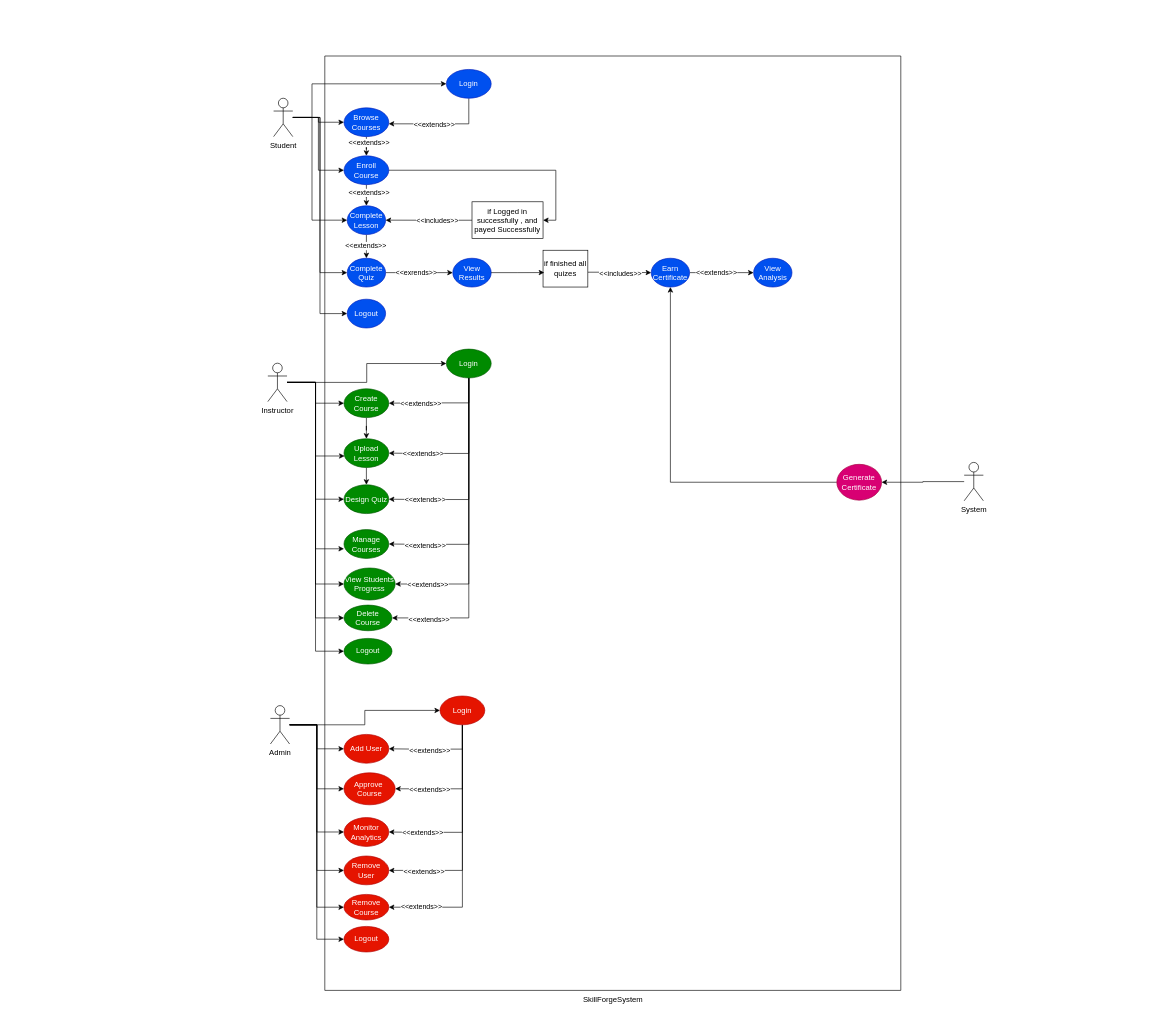
23010477/Lab6_SkillForge keeps this draw.io diagram as UseCase_Diagram/UseCase.drawio. Above is the earlier version. Source tidied: cells renumbered, new cells numbered last; positions are measured from the earlier drawing's top-left corner, leaving out a move shared by most shapes. Both pictures are drawn from the tidied source at 64%, with x=0, y=0 at pixel (268, 56).
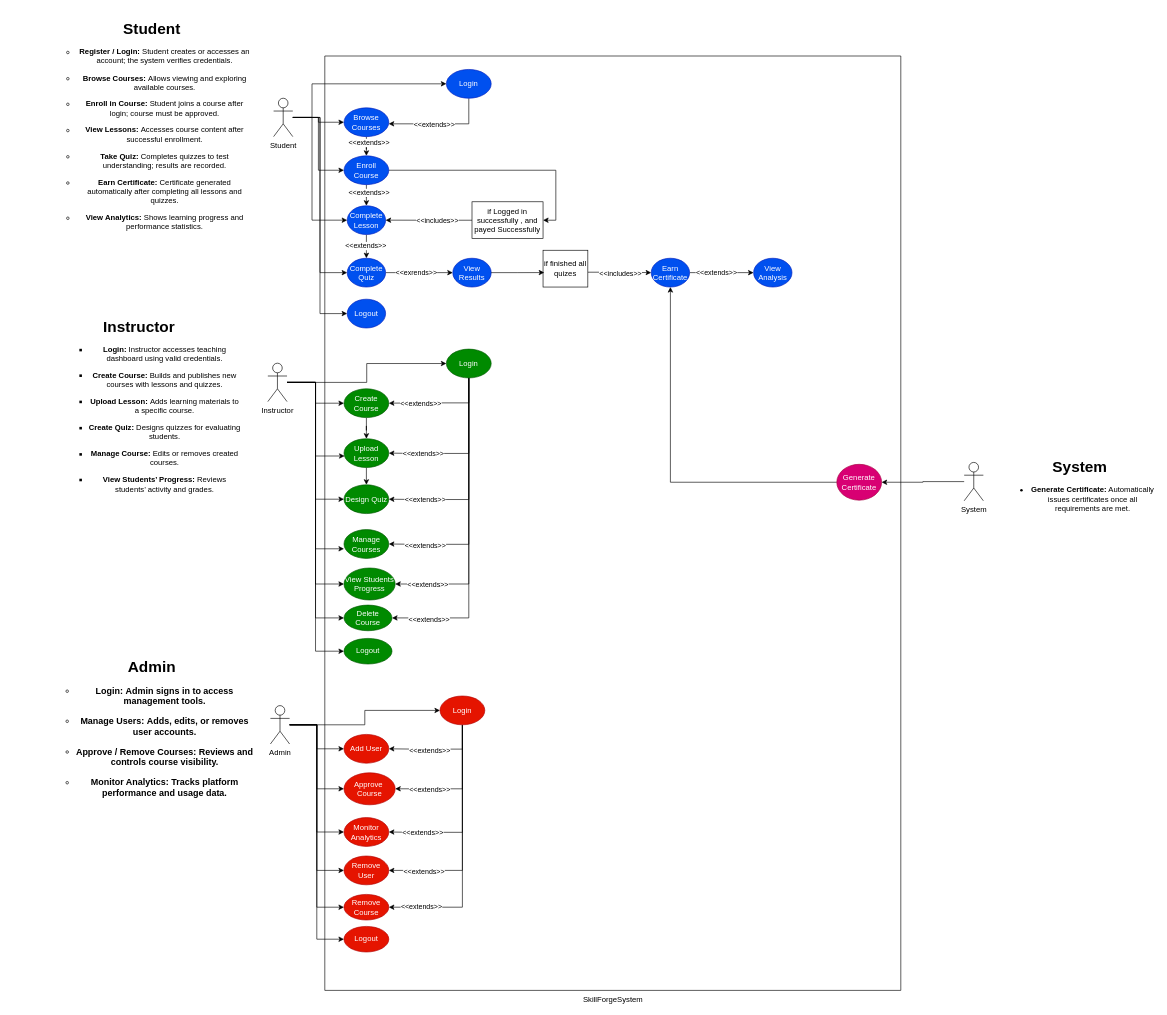
Above is the later version.

Commit message:
adding descriptions to each actor

Change to the diagram source:
```diff
@@
+    <mxCell id="99" value="&lt;ul&gt;&lt;h3&gt;&lt;strong&gt;&lt;font style=&quot;font-size: 24px;&quot;&gt;Admin&lt;/font&gt;&lt;/strong&gt;&lt;/h3&gt;&lt;h3&gt;&lt;ul&gt;&lt;li&gt;&lt;p&gt;&lt;strong&gt;Login:&lt;/strong&gt;&amp;nbsp;Admin signs in to access management tools.&lt;/p&gt;&lt;/li&gt;&lt;li&gt;&lt;p&gt;&lt;strong&gt;Manage Users:&lt;/strong&gt;&amp;nbsp;Adds, edits, or removes user accounts.&lt;/p&gt;&lt;/li&gt;&lt;li&gt;&lt;p&gt;&lt;strong&gt;Approve / Remove Courses:&lt;/strong&gt;&amp;nbsp;Reviews and controls course visibility.&lt;/p&gt;&lt;/li&gt;&lt;li&gt;&lt;p&gt;&lt;strong&gt;Monitor Analytics:&lt;/strong&gt;&amp;nbsp;Tracks platform performance and usage data.&lt;/p&gt;&lt;/li&gt;&lt;/ul&gt;&lt;/h3&gt;&lt;/ul&gt;" style="text;html=1;whiteSpace=wrap;strokeColor=none;fillColor=none;align=center;verticalAlign=middle;rounded=0;" parent="1" vertex="1">
+      <mxGeometry x="-381" y="920" width="360" height="260" as="geometry" />
+    </mxCell>
+    <mxCell id="100" value="&lt;ul&gt;&lt;h3 style=&quot;forced-color-adjust: none; box-shadow: none !important;&quot;&gt;&lt;span style=&quot;forced-color-adjust: none; box-shadow: none !important;&quot;&gt;&lt;font style=&quot;forced-color-adjust: none; box-shadow: none !important; font-size: 24px;&quot;&gt;Instructor&lt;/font&gt;&lt;/span&gt;&lt;/h3&gt;&lt;h3&gt;&lt;ul style=&quot;font-size: 12px; font-weight: 400;&quot;&gt;&lt;ul&gt;&lt;li&gt;&lt;p&gt;&lt;strong&gt;Login:&lt;/strong&gt;&amp;nbsp;Instructor accesses teaching dashboard using valid credentials.&lt;/p&gt;&lt;/li&gt;&lt;li&gt;&lt;p&gt;&lt;strong&gt;Create Course:&lt;/strong&gt;&amp;nbsp;Builds and publishes new courses with lessons and quizzes.&lt;/p&gt;&lt;/li&gt;&lt;li&gt;&lt;p&gt;&lt;strong&gt;Upload Lesson:&lt;/strong&gt;&amp;nbsp;Adds learning materials to a specific course.&lt;/p&gt;&lt;/li&gt;&lt;li&gt;&lt;p&gt;&lt;strong&gt;Create Quiz:&lt;/strong&gt;&amp;nbsp;Designs quizzes for evaluating students.&lt;/p&gt;&lt;/li&gt;&lt;li&gt;&lt;p&gt;&lt;strong&gt;Manage Course:&lt;/strong&gt;&amp;nbsp;Edits or removes created courses.&lt;/p&gt;&lt;/li&gt;&lt;li&gt;&lt;p&gt;&lt;strong&gt;View Students’ Progress:&lt;/strong&gt;&amp;nbsp;Reviews students’ activity and grades.&lt;/p&gt;&lt;/li&gt;&lt;/ul&gt;&lt;/ul&gt;&lt;/h3&gt;&lt;/ul&gt;" style="text;html=1;whiteSpace=wrap;strokeColor=none;fillColor=none;align=center;verticalAlign=middle;rounded=0;" parent="1" vertex="1">
+      <mxGeometry x="-401" y="397.5" width="360" height="297.5" as="geometry" />
+    </mxCell>
+    <mxCell id="101" value="&lt;ul&gt;&lt;h3&gt;&lt;span&gt;&lt;font style=&quot;font-size: 24px;&quot;&gt;Student&lt;/font&gt;&lt;/span&gt;&lt;/h3&gt;&lt;h3&gt;&lt;ul style=&quot;font-size: 12px; font-weight: 400;&quot;&gt;&lt;li&gt;&lt;p&gt;&lt;strong&gt;Register / Login:&lt;/strong&gt;&amp;nbsp;Student creates or accesses an account; the system verifies credentials.&lt;/p&gt;&lt;/li&gt;&lt;li&gt;&lt;p&gt;&lt;strong&gt;Browse Courses:&lt;/strong&gt;&amp;nbsp;Allows viewing and exploring available courses.&lt;/p&gt;&lt;/li&gt;&lt;li&gt;&lt;p&gt;&lt;strong&gt;Enroll in Course:&lt;/strong&gt;&amp;nbsp;Student joins a course after login; course must be approved.&lt;/p&gt;&lt;/li&gt;&lt;li&gt;&lt;p&gt;&lt;strong&gt;View Lessons:&lt;/strong&gt;&amp;nbsp;Accesses course content after successful enrollment.&lt;/p&gt;&lt;/li&gt;&lt;li&gt;&lt;p&gt;&lt;strong&gt;Take Quiz:&lt;/strong&gt;&amp;nbsp;Completes quizzes to test understanding; results are recorded.&lt;/p&gt;&lt;/li&gt;&lt;li&gt;&lt;p&gt;&lt;strong&gt;Earn Certificate:&lt;/strong&gt;&amp;nbsp;Certificate generated automatically after completing all lessons and quizzes.&lt;/p&gt;&lt;/li&gt;&lt;li&gt;&lt;p&gt;&lt;strong&gt;View Analytics:&lt;/strong&gt;&amp;nbsp;Shows learning progress and performance statistics.&lt;/p&gt;&lt;br&gt;&lt;/li&gt;&lt;/ul&gt;&lt;/h3&gt;&lt;/ul&gt;" style="text;html=1;whiteSpace=wrap;strokeColor=none;fillColor=none;align=center;verticalAlign=middle;rounded=0;" parent="1" vertex="1">
+      <mxGeometry x="-381" y="-60" width="360" height="363.5" as="geometry" />
+    </mxCell>
+    <mxCell id="102" value="&lt;h3&gt; &lt;strong&gt;&lt;font style=&quot;font-size: 24px;&quot;&gt;System&lt;/font&gt;&lt;/strong&gt;&lt;/h3&gt;&lt;ul&gt;&lt;li&gt;&lt;p&gt;&lt;strong&gt;Generate Certificate:&lt;/strong&gt; Automatically issues certificates once all requirements are met.&lt;/p&gt;&lt;/li&gt;&lt;/ul&gt;" style="text;html=1;whiteSpace=wrap;strokeColor=none;fillColor=none;align=center;verticalAlign=middle;rounded=0;" parent="1" vertex="1">
+      <mxGeometry x="1149" y="540" width="240" height="260" as="geometry" />
+    </mxCell>
```
